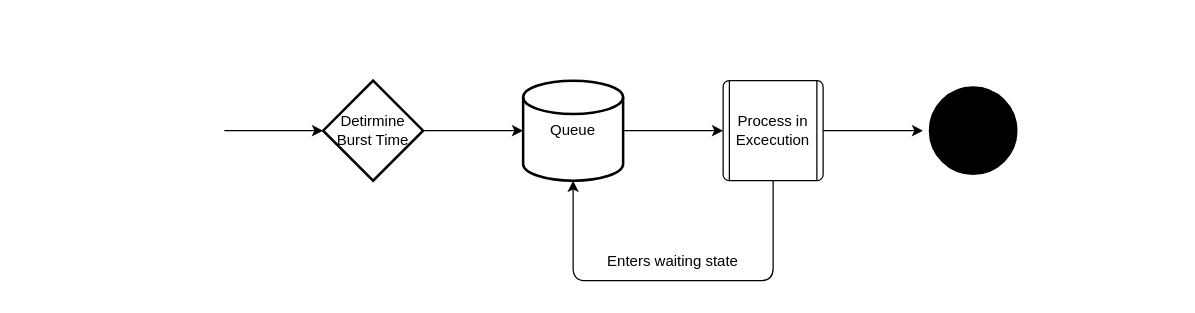
Before: page "Page-1" (1 of 2) of research_lvde/sjf_flowchart.drawio in LucEnden/sync, a draw.io diagram. Source tidied: cells renumbered, new cells numbered last; positions are measured from the earlier drawing's top-left corner, leaving out a move shared by most shapes. Both pictures are drawn from the tidied source at 125%, with x=0, y=0 at pixel (122, 80).
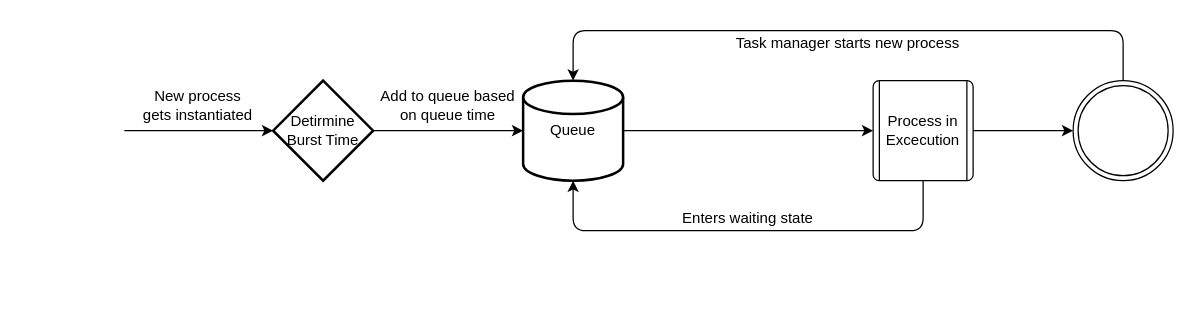
After the change.

Unchanged cells that the change refers to:
```xml
<mxCell id="3" value="Queue" style="strokeWidth=2;html=1;shape=mxgraph.flowchart.database;whiteSpace=wrap;" parent="1" vertex="1">
  <mxGeometry x="320" width="80" height="80" as="geometry" />
</mxCell>
```

What changed in the source:
```diff
@@
     <mxCell id="5" value="Detirmine&lt;br&gt;Burst Time" style="strokeWidth=2;html=1;shape=mxgraph.flowchart.decision;whiteSpace=wrap;" parent="1" vertex="1">
-      <mxGeometry x="160" width="80" height="80" as="geometry" />
+      <mxGeometry x="120" width="80" height="80" as="geometry" />
     </mxCell>
     <mxCell id="6" style="edgeStyle=none;html=1;entryX=0.5;entryY=1;entryDx=0;entryDy=0;entryPerimeter=0;" parent="1" edge="1" source="8" target="3">
       <mxGeometry relative="1" as="geometry">
         <Array as="points">
-          <mxPoint x="520" y="160" />
-          <mxPoint x="360" y="160" />
+          <mxPoint x="640" y="120" />
+          <mxPoint x="360" y="120" />
         </Array>
       </mxGeometry>
     </mxCell>
@@
+    <mxCell id="13" style="edgeStyle=none;html=1;entryX=0.5;entryY=0;entryDx=0;entryDy=0;entryPerimeter=0;exitX=0.5;exitY=0;exitDx=0;exitDy=0;" parent="1" edge="1" source="11" target="3">
+      <mxGeometry relative="1" as="geometry">
+        <Array as="points">
+          <mxPoint x="800" y="-40" />
+          <mxPoint x="360" y="-40" />
+        </Array>
+      </mxGeometry>
+    </mxCell>
     <mxCell id="8" value="Process in&lt;br&gt;&lt;div style=&quot;&quot;&gt;&lt;span style=&quot;background-color: initial;&quot;&gt;Excecution&lt;/span&gt;&lt;/div&gt;" style="verticalLabelPosition=middle;verticalAlign=middle;html=1;shape=process;whiteSpace=wrap;rounded=1;size=0;arcSize=6;labelPosition=center;align=center;" parent="1" vertex="1">
-      <mxGeometry x="480" width="80" height="80" as="geometry" />
+      <mxGeometry x="600" width="80" height="80" as="geometry" />
     </mxCell>
@@
     <mxCell id="10" value="Enters waiting state" style="text;html=1;strokeColor=none;fillColor=none;align=center;verticalAlign=middle;whiteSpace=wrap;rounded=0;" parent="1" vertex="1">
-      <mxGeometry x="380" y="130" width="120" height="30" as="geometry" />
+      <mxGeometry x="440" y="100" width="120" height="20" as="geometry" />
     </mxCell>
-    <mxCell id="11" style="ellipse;html=1;shape=endState;fillColor=#000000;strokeColor=#FFFFFF;" parent="1" vertex="1">
-      <mxGeometry x="640" width="80" height="80" as="geometry" />
+    <mxCell id="11" style="ellipse;html=1;shape=endState;fillColor=#FFFFFF;strokeColor=default;" parent="1" vertex="1">
+      <mxGeometry x="760" width="80" height="80" as="geometry" />
     </mxCell>
-    <mxCell id="12" style="strokeWidth=2;html=1;shape=mxgraph.flowchart.start_2;whiteSpace=wrap;strokeColor=#FFFFFF;" parent="1" vertex="1">
-      <mxGeometry width="80" height="80" as="geometry" />
+    <mxCell id="12" style="strokeWidth=2;html=1;shape=mxgraph.flowchart.start_2;whiteSpace=wrap;strokeColor=#FFFFFF;fillColor=#FFFFFF;" parent="1" vertex="1">
+      <mxGeometry x="-80" width="80" height="80" as="geometry" />
     </mxCell>
+    <mxCell id="14" value="New process gets&amp;nbsp;&lt;span class=&quot;JCzEY tNxQIb&quot;&gt;instantiated&lt;/span&gt;" style="text;html=1;strokeColor=none;fillColor=none;align=center;verticalAlign=middle;whiteSpace=wrap;rounded=0;" parent="1" vertex="1">
+      <mxGeometry width="120" height="40" as="geometry" />
+    </mxCell>
+    <mxCell id="15" value="Task manager starts new process" style="text;html=1;strokeColor=none;fillColor=none;align=center;verticalAlign=middle;whiteSpace=wrap;rounded=0;" parent="1" vertex="1">
+      <mxGeometry x="480" y="-40" width="200" height="20" as="geometry" />
+    </mxCell>
+    <mxCell id="16" value="Add to queue based on queue time" style="text;html=1;strokeColor=none;fillColor=none;align=center;verticalAlign=middle;whiteSpace=wrap;rounded=0;" parent="1" vertex="1">
+      <mxGeometry x="200" width="120" height="40" as="geometry" />
+    </mxCell>
```
